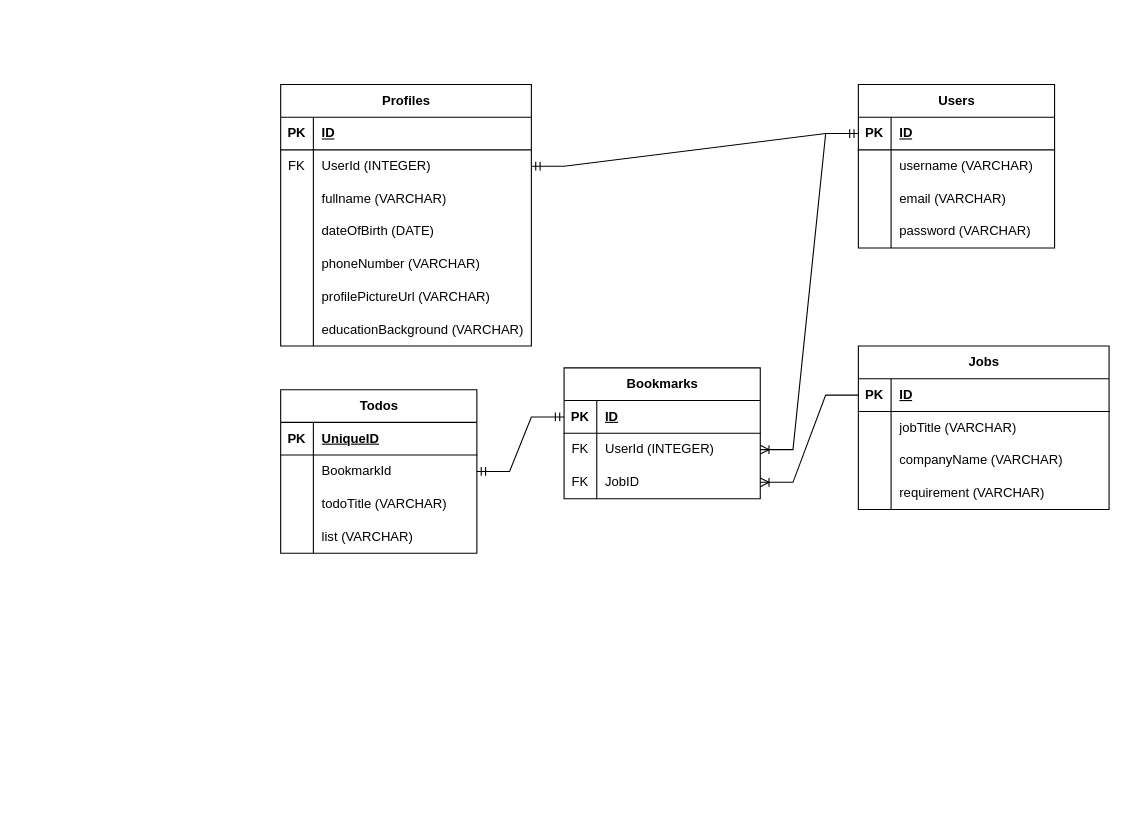
Before: server/seeker-schema.drawio in CuriosityExp/seeker, a draw.io diagram. Source tidied: cells renumbered, new cells numbered last; positions are measured from the earlier drawing's top-left corner, leaving out a move shared by most shapes. Both pictures are drawn from the tidied source at 109%, with x=0, y=0 at pixel (280, 84).
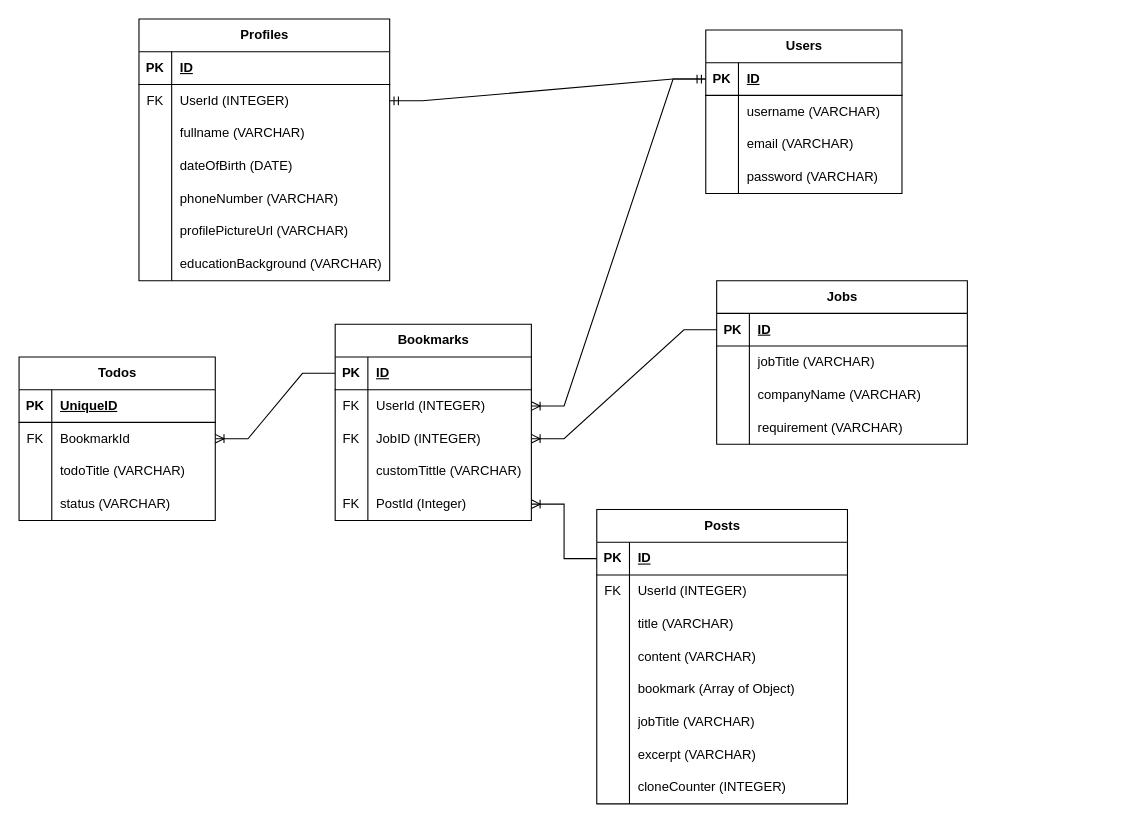
The same diagram, later.

Unchanged cells that the change refers to:
```xml
<mxCell id="39" style="shape=tableRow;horizontal=0;startSize=0;swimlaneHead=0;swimlaneBody=0;fillColor=none;points=[[0,0.5],[1,0.5]];portConstraint=eastwest;top=0;left=0;right=0;bottom=1;" parent="38" vertex="1">
  <mxGeometry y="30" width="230" height="30" as="geometry" />
</mxCell>
<mxCell id="52" style="shape=tableRow;horizontal=0;startSize=0;swimlaneHead=0;swimlaneBody=0;fillColor=none;points=[[0,0.5],[1,0.5]];portConstraint=eastwest;top=0;left=0;right=0;bottom=1;" parent="51" vertex="1">
  <mxGeometry y="30" width="180" height="30" as="geometry" />
</mxCell>
<mxCell id="58" style="shape=tableRow;horizontal=0;startSize=0;swimlaneHead=0;swimlaneBody=0;fillColor=none;points=[[0,0.5],[1,0.5]];portConstraint=eastwest;top=0;left=0;right=0;bottom=0;" parent="51" vertex="1">
  <mxGeometry y="90" width="180" height="30" as="geometry" />
</mxCell>
<mxCell id="67" style="shape=tableRow;horizontal=0;startSize=0;swimlaneHead=0;swimlaneBody=0;fillColor=none;points=[[0,0.5],[1,0.5]];portConstraint=eastwest;top=0;left=0;right=0;bottom=0;" parent="63" vertex="1">
  <mxGeometry y="60" width="180" height="30" as="geometry" />
</mxCell>
<mxCell id="73" style="shape=tableRow;horizontal=0;startSize=0;swimlaneHead=0;swimlaneBody=0;fillColor=none;top=0;left=0;right=0;bottom=0;" parent="63" vertex="1">
  <mxGeometry y="120" width="180" height="30" as="geometry" />
</mxCell>
```

The edit, as a diff of the source:
```diff
@@
     <mxCell id="2" value="Users" style="shape=table;startSize=30;childLayout=tableLayout;rowLines=0;fontStyle=1;align=center;html=1;" parent="1" vertex="1">
-      <mxGeometry x="530" width="180" height="150" as="geometry" />
+      <mxGeometry x="390" y="-50" width="180" height="150" as="geometry" />
     </mxCell>
@@
     <mxCell id="15" value="Profiles" style="shape=table;startSize=30;childLayout=tableLayout;rowLines=0;fontStyle=1;align=center;html=1;" parent="1" vertex="1">
-      <mxGeometry width="230" height="240" as="geometry" />
+      <mxGeometry x="-130" y="-60" width="230" height="240" as="geometry" />
     </mxCell>
@@
     <mxCell id="38" value="Jobs" style="shape=table;startSize=30;childLayout=tableLayout;rowLines=0;fontStyle=1;align=center;html=1;" parent="1" vertex="1">
-      <mxGeometry x="530" y="240" width="230" height="150" as="geometry" />
+      <mxGeometry x="400" y="180" width="230" height="150" as="geometry" />
     </mxCell>
@@
     <mxCell id="51" value="Bookmarks" style="shape=table;startSize=30;childLayout=tableLayout;rowLines=0;fontStyle=1;align=center;html=1;" parent="1" vertex="1">
-      <mxGeometry x="260" y="260" width="180" height="120" as="geometry" />
+      <mxGeometry x="50" y="220" width="180" height="180" as="geometry" />
     </mxCell>
@@
-    <mxCell id="60" value="JobID" style="shape=partialRectangle;fillColor=none;top=0;left=0;bottom=0;right=0;align=left;spacingLeft=6;overflow=hidden;whiteSpace=wrap;html=1;" parent="58" vertex="1">
+    <mxCell id="60" value="JobID (INTEGER)" style="shape=partialRectangle;fillColor=none;top=0;left=0;bottom=0;right=0;align=left;spacingLeft=6;overflow=hidden;whiteSpace=wrap;html=1;" parent="58" vertex="1">
       <mxGeometry x="30" width="150" height="30" as="geometry" />
     </mxCell>
+    <mxCell id="77" style="shape=tableRow;horizontal=0;startSize=0;swimlaneHead=0;swimlaneBody=0;fillColor=none;top=0;left=0;right=0;bottom=0;" parent="51" vertex="1">
+      <mxGeometry y="120" width="180" height="30" as="geometry" />
+    </mxCell>
+    <mxCell id="78" style="shape=partialRectangle;fillColor=none;top=0;left=0;bottom=0;right=0;overflow=hidden;whiteSpace=wrap;html=1;" parent="77" vertex="1">
+      <mxGeometry width="30" height="30" as="geometry" />
+    </mxCell>
+    <mxCell id="79" value="customTittle (VARCHAR)" style="shape=partialRectangle;fillColor=none;top=0;left=0;bottom=0;right=0;align=left;spacingLeft=6;overflow=hidden;whiteSpace=wrap;html=1;" parent="77" vertex="1">
+      <mxGeometry x="30" width="150" height="30" as="geometry" />
+    </mxCell>
+    <mxCell id="80" style="shape=tableRow;horizontal=0;startSize=0;swimlaneHead=0;swimlaneBody=0;fillColor=none;points=[[0,0.5],[1,0.5]];portConstraint=eastwest;top=0;left=0;right=0;bottom=0;" parent="51" vertex="1">
+      <mxGeometry y="150" width="180" height="30" as="geometry" />
+    </mxCell>
+    <mxCell id="81" value="FK" style="shape=partialRectangle;fillColor=none;top=0;left=0;bottom=0;right=0;overflow=hidden;whiteSpace=wrap;html=1;" parent="80" vertex="1">
+      <mxGeometry width="30" height="30" as="geometry" />
+    </mxCell>
+    <mxCell id="82" value="PostId (Integer)" style="shape=partialRectangle;fillColor=none;top=0;left=0;bottom=0;right=0;align=left;spacingLeft=6;overflow=hidden;whiteSpace=wrap;html=1;" parent="80" vertex="1">
+      <mxGeometry x="30" width="150" height="30" as="geometry" />
+    </mxCell>
@@
-    <mxCell id="62" style="edgeStyle=entityRelationEdgeStyle;fontSize=12;html=1;endArrow=ERoneToMany;rounded=0;exitX=0;exitY=0.5;exitDx=0;exitDy=0;entryX=1;entryY=0.5;entryDx=0;entryDy=0;" parent="1" edge="1" source="39" target="58">
-      <mxGeometry relative="1" as="geometry" />
-    </mxCell>
     <mxCell id="63" value="Todos" style="shape=table;startSize=30;childLayout=tableLayout;rowLines=0;fontStyle=1;align=center;html=1;" parent="1" vertex="1">
-      <mxGeometry y="280" width="180" height="150" as="geometry" />
+      <mxGeometry x="-240" y="250" width="180" height="150" as="geometry" />
     </mxCell>
@@
-    <mxCell id="68" style="shape=partialRectangle;fillColor=none;top=0;left=0;bottom=0;right=0;overflow=hidden;whiteSpace=wrap;html=1;" parent="67" vertex="1">
+    <mxCell id="68" value="FK" style="shape=partialRectangle;fillColor=none;top=0;left=0;bottom=0;right=0;overflow=hidden;whiteSpace=wrap;html=1;" parent="67" vertex="1">
       <mxGeometry width="30" height="30" as="geometry" />
     </mxCell>
@@
-    <mxCell id="75" value="list (VARCHAR)" style="shape=partialRectangle;fillColor=none;top=0;left=0;bottom=0;right=0;align=left;spacingLeft=6;overflow=hidden;whiteSpace=wrap;html=1;" parent="73" vertex="1">
+    <mxCell id="75" value="status (VARCHAR)" style="shape=partialRectangle;fillColor=none;top=0;left=0;bottom=0;right=0;align=left;spacingLeft=6;overflow=hidden;whiteSpace=wrap;html=1;" parent="73" vertex="1">
       <mxGeometry x="30" width="150" height="30" as="geometry" />
     </mxCell>
-    <mxCell id="76" style="edgeStyle=entityRelationEdgeStyle;fontSize=12;html=1;endArrow=ERmandOne;startArrow=ERmandOne;rounded=0;exitX=1;exitY=0.5;exitDx=0;exitDy=0;entryX=0;entryY=0.5;entryDx=0;entryDy=0;" parent="1" edge="1" source="67" target="52">
-      <mxGeometry relative="1" as="geometry" />
-    </mxCell>
+    <mxCell id="83" style="edgeStyle=entityRelationEdgeStyle;fontSize=12;html=1;endArrow=ERoneToMany;rounded=0;" parent="1" edge="1" source="52" target="67">
+      <mxGeometry relative="1" as="geometry" />
+    </mxCell>
+    <mxCell id="62" style="edgeStyle=entityRelationEdgeStyle;fontSize=12;html=1;endArrow=ERoneToMany;rounded=0;entryX=1;entryY=0.5;entryDx=0;entryDy=0;exitX=0;exitY=0.5;exitDx=0;exitDy=0;" parent="1" edge="1" source="39" target="58">
+      <mxGeometry relative="1" as="geometry" />
+    </mxCell>
+    <mxCell id="84" value="Posts" style="shape=table;startSize=30;childLayout=tableLayout;rowLines=0;fontStyle=1;align=center;html=1;" parent="1" vertex="1">
+      <mxGeometry x="290" y="390" width="230" height="270" as="geometry" />
+    </mxCell>
+    <mxCell id="85" style="shape=tableRow;horizontal=0;startSize=0;swimlaneHead=0;swimlaneBody=0;fillColor=none;points=[[0,0.5],[1,0.5]];portConstraint=eastwest;top=0;left=0;right=0;bottom=1;" parent="84" vertex="1">
+      <mxGeometry y="30" width="230" height="30" as="geometry" />
+    </mxCell>
+    <mxCell id="86" value="PK" style="shape=partialRectangle;fillColor=none;top=0;left=0;bottom=0;right=0;fontStyle=1;overflow=hidden;whiteSpace=wrap;html=1;" parent="85" vertex="1">
+      <mxGeometry width="30" height="30" as="geometry" />
+    </mxCell>
+    <mxCell id="87" value="ID" style="shape=partialRectangle;fillColor=none;top=0;left=0;bottom=0;right=0;align=left;spacingLeft=6;fontStyle=5;overflow=hidden;whiteSpace=wrap;html=1;" parent="85" vertex="1">
+      <mxGeometry x="30" width="200" height="30" as="geometry" />
+    </mxCell>
+    <mxCell id="88" style="shape=tableRow;horizontal=0;startSize=0;swimlaneHead=0;swimlaneBody=0;fillColor=none;top=0;left=0;right=0;bottom=0;" parent="84" vertex="1">
+      <mxGeometry y="60" width="230" height="30" as="geometry" />
+    </mxCell>
+    <mxCell id="89" value="FK" style="shape=partialRectangle;fillColor=none;top=0;left=0;bottom=0;right=0;overflow=hidden;whiteSpace=wrap;html=1;" parent="88" vertex="1">
+      <mxGeometry width="30" height="30" as="geometry" />
+    </mxCell>
+    <mxCell id="90" value="UserId (INTEGER)" style="shape=partialRectangle;fillColor=none;top=0;left=0;bottom=0;right=0;align=left;spacingLeft=6;overflow=hidden;whiteSpace=wrap;html=1;" parent="88" vertex="1">
+      <mxGeometry x="30" width="200" height="30" as="geometry" />
+    </mxCell>
+    <mxCell id="91" style="shape=tableRow;horizontal=0;startSize=0;swimlaneHead=0;swimlaneBody=0;fillColor=none;top=0;left=0;right=0;bottom=0;" parent="84" vertex="1">
+      <mxGeometry y="90" width="230" height="30" as="geometry" />
+    </mxCell>
+    <mxCell id="92" style="shape=partialRectangle;fillColor=none;top=0;left=0;bottom=0;right=0;overflow=hidden;whiteSpace=wrap;html=1;" parent="91" vertex="1">
+      <mxGeometry width="30" height="30" as="geometry" />
+    </mxCell>
+    <mxCell id="93" value="title (VARCHAR)" style="shape=partialRectangle;fillColor=none;top=0;left=0;bottom=0;right=0;align=left;spacingLeft=6;overflow=hidden;whiteSpace=wrap;html=1;" parent="91" vertex="1">
+      <mxGeometry x="30" width="200" height="30" as="geometry" />
+    </mxCell>
+    <mxCell id="94" style="shape=tableRow;horizontal=0;startSize=0;swimlaneHead=0;swimlaneBody=0;fillColor=none;top=0;left=0;right=0;bottom=0;" parent="84" vertex="1">
+      <mxGeometry y="120" width="230" height="30" as="geometry" />
+    </mxCell>
+    <mxCell id="95" style="shape=partialRectangle;fillColor=none;top=0;left=0;bottom=0;right=0;overflow=hidden;whiteSpace=wrap;html=1;" parent="94" vertex="1">
+      <mxGeometry width="30" height="30" as="geometry" />
+    </mxCell>
+    <mxCell id="96" value="content (VARCHAR)" style="shape=partialRectangle;fillColor=none;top=0;left=0;bottom=0;right=0;align=left;spacingLeft=6;overflow=hidden;whiteSpace=wrap;html=1;" parent="94" vertex="1">
+      <mxGeometry x="30" width="200" height="30" as="geometry" />
+    </mxCell>
+    <mxCell id="97" style="shape=tableRow;horizontal=0;startSize=0;swimlaneHead=0;swimlaneBody=0;fillColor=none;top=0;left=0;right=0;bottom=0;" parent="84" vertex="1">
+      <mxGeometry y="150" width="230" height="30" as="geometry" />
+    </mxCell>
+    <mxCell id="98" style="shape=partialRectangle;fillColor=none;top=0;left=0;bottom=0;right=0;overflow=hidden;whiteSpace=wrap;html=1;" parent="97" vertex="1">
+      <mxGeometry width="30" height="30" as="geometry" />
+    </mxCell>
+    <mxCell id="99" value="bookmark (Array of Object)" style="shape=partialRectangle;fillColor=none;top=0;left=0;bottom=0;right=0;align=left;spacingLeft=6;overflow=hidden;whiteSpace=wrap;html=1;" parent="97" vertex="1">
+      <mxGeometry x="30" width="200" height="30" as="geometry" />
+    </mxCell>
+    <mxCell id="100" style="shape=tableRow;horizontal=0;startSize=0;swimlaneHead=0;swimlaneBody=0;fillColor=none;top=0;left=0;right=0;bottom=0;" parent="84" vertex="1">
+      <mxGeometry y="180" width="230" height="30" as="geometry" />
+    </mxCell>
+    <mxCell id="101" style="shape=partialRectangle;fillColor=none;top=0;left=0;bottom=0;right=0;overflow=hidden;whiteSpace=wrap;html=1;" parent="100" vertex="1">
+      <mxGeometry width="30" height="30" as="geometry" />
+    </mxCell>
+    <mxCell id="102" value="jobTitle (VARCHAR)" style="shape=partialRectangle;fillColor=none;top=0;left=0;bottom=0;right=0;align=left;spacingLeft=6;overflow=hidden;whiteSpace=wrap;html=1;" parent="100" vertex="1">
+      <mxGeometry x="30" width="200" height="30" as="geometry" />
+    </mxCell>
+    <mxCell id="103" style="shape=tableRow;horizontal=0;startSize=0;swimlaneHead=0;swimlaneBody=0;fillColor=none;top=0;left=0;right=0;bottom=0;" parent="84" vertex="1">
+      <mxGeometry y="210" width="230" height="30" as="geometry" />
+    </mxCell>
+    <mxCell id="104" style="shape=partialRectangle;fillColor=none;top=0;left=0;bottom=0;right=0;overflow=hidden;whiteSpace=wrap;html=1;" parent="103" vertex="1">
+      <mxGeometry width="30" height="30" as="geometry" />
+    </mxCell>
+    <mxCell id="105" value="excerpt (VARCHAR)" style="shape=partialRectangle;fillColor=none;top=0;left=0;bottom=0;right=0;align=left;spacingLeft=6;overflow=hidden;whiteSpace=wrap;html=1;" parent="103" vertex="1">
+      <mxGeometry x="30" width="200" height="30" as="geometry" />
+    </mxCell>
+    <mxCell id="106" style="shape=tableRow;horizontal=0;startSize=0;swimlaneHead=0;swimlaneBody=0;fillColor=none;top=0;left=0;right=0;bottom=0;" parent="84" vertex="1">
+      <mxGeometry y="240" width="230" height="30" as="geometry" />
+    </mxCell>
+    <mxCell id="107" style="shape=partialRectangle;fillColor=none;top=0;left=0;bottom=0;right=0;overflow=hidden;whiteSpace=wrap;html=1;" parent="106" vertex="1">
+      <mxGeometry width="30" height="30" as="geometry" />
+    </mxCell>
+    <mxCell id="108" value="cloneCounter (INTEGER)" style="shape=partialRectangle;fillColor=none;top=0;left=0;bottom=0;right=0;align=left;spacingLeft=6;overflow=hidden;whiteSpace=wrap;html=1;" parent="106" vertex="1">
+      <mxGeometry x="30" width="200" height="30" as="geometry" />
+    </mxCell>
+    <mxCell id="109" style="edgeStyle=entityRelationEdgeStyle;fontSize=12;html=1;endArrow=ERoneToMany;rounded=0;exitX=0;exitY=0.5;exitDx=0;exitDy=0;entryX=1;entryY=0.5;entryDx=0;entryDy=0;" parent="1" edge="1" source="85" target="80">
+      <mxGeometry relative="1" as="geometry" />
+    </mxCell>
```
